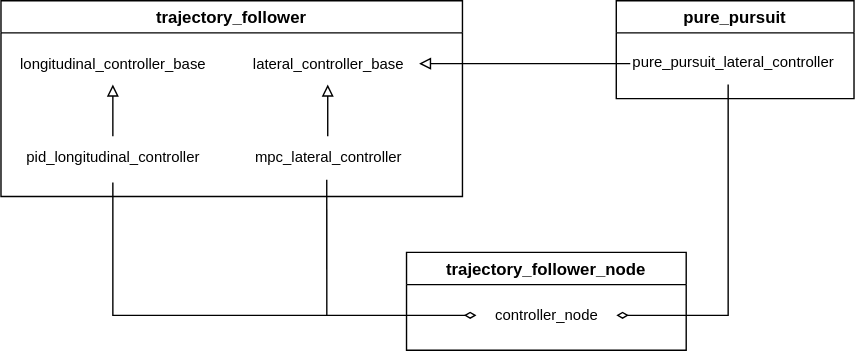
Above: pr-1591/control/trajectory_follower_nodes/design/media/Controller.drawio.svg in leo-drive/avte.autoware_universe (draw.io), before the change. Source tidied: cells renumbered, new cells last; positions are measured from the earlier drawing's top-left corner, leaving out a move shared by most shapes.
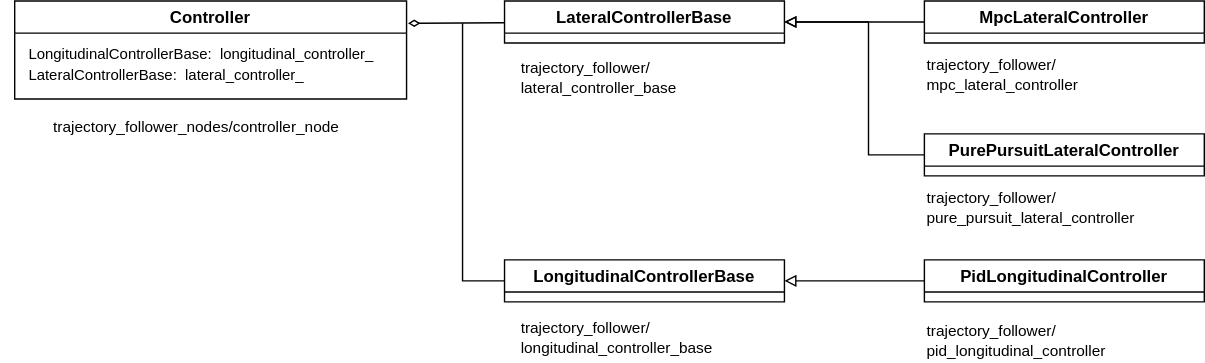
Above is the later version.

Diff of the diagram source:
```diff
@@ -2,65 +2,71 @@
   <root>
     <mxCell id="0" />
     <mxCell id="1" parent="0" />
-    <mxCell id="2" value="trajectory_follower" style="swimlane;" parent="1" vertex="1">
-      <mxGeometry width="330" height="140" as="geometry" />
-    </mxCell>
-    <mxCell id="3" value="&lt;span id=&quot;docs-internal-guid-1ebae1c2-7fff-9c91-3cf0-ec14b8150b9e&quot;&gt;&lt;span style=&quot;font-size: 8pt; font-family: Arial; background-color: transparent; font-variant-numeric: normal; font-variant-east-asian: normal; vertical-align: baseline;&quot;&gt;longitudinal_controller_base&lt;/span&gt;&lt;/span&gt;" style="text;html=1;align=center;verticalAlign=middle;strokeColor=none;fillColor=none;" parent="2" vertex="1">
-      <mxGeometry y="30" width="160" height="30" as="geometry" />
-    </mxCell>
-    <mxCell id="4" value="&lt;span id=&quot;docs-internal-guid-00ff33be-7fff-b455-3c3b-a3eca5122f33&quot;&gt;&lt;span style=&quot;font-size: 8pt; font-family: Arial; background-color: transparent; font-variant-numeric: normal; font-variant-east-asian: normal; vertical-align: baseline;&quot;&gt;lateral_controller_base&lt;/span&gt;&lt;/span&gt;" style="text;html=1;align=center;verticalAlign=middle;points=[];strokeColor=none;fillColor=none;" parent="2" vertex="1">
-      <mxGeometry x="169" y="30" width="130" height="30" as="geometry" />
-    </mxCell>
-    <mxCell id="5" value="&lt;span id=&quot;docs-internal-guid-35852f7f-7fff-ee1c-fbef-c29d922926f8&quot;&gt;&lt;span style=&quot;font-size: 8pt; font-family: Arial; background-color: transparent; font-variant-numeric: normal; font-variant-east-asian: normal; vertical-align: baseline;&quot;&gt;&lt;a href=&quot;../../trajectory_follower/design/trajectory_follower-design.md&quot;&gt;mpc_lateral_controller&lt;/a&gt;&lt;/span&gt;&lt;/span&gt;" style="text;html=1;align=center;verticalAlign=middle;points=[];strokeColor=none;fillColor=none;" parent="2" vertex="1">
-      <mxGeometry x="169" y="97" width="130" height="30" as="geometry" />
-    </mxCell>
-    <mxCell id="6" value="&lt;span id=&quot;docs-internal-guid-66d00d17-7fff-d747-70cb-f724b4ee73b7&quot;&gt;&lt;span style=&quot;font-size: 8pt; font-family: Arial; background-color: transparent; font-variant-numeric: normal; font-variant-east-asian: normal; vertical-align: baseline;&quot;&gt;pid_longitudinal_controller&lt;/span&gt;&lt;/span&gt;" style="text;html=1;align=center;verticalAlign=middle;points=[];strokeColor=none;fillColor=none;" parent="2" vertex="1">
-      <mxGeometry x="5" y="97" width="150" height="30" as="geometry" />
-    </mxCell>
-    <mxCell id="7" style="endArrow=block;html=1;rounded=0;endFill=0;" parent="2" edge="1" source="6">
-      <mxGeometry relative="1" as="geometry">
-        <mxPoint x="80" y="60" as="targetPoint" />
-      </mxGeometry>
-    </mxCell>
-    <mxCell id="8" style="endArrow=block;html=1;rounded=0;endFill=0;" parent="2" edge="1">
-      <mxGeometry relative="1" as="geometry">
-        <mxPoint x="233.7" y="97" as="sourcePoint" />
-        <mxPoint x="233.7" y="60" as="targetPoint" />
-      </mxGeometry>
-    </mxCell>
-    <mxCell id="9" style="endArrow=none;html=1;rounded=0;entryX=0.492;entryY=1.034;entryDx=0;entryDy=0;entryPerimeter=0;" parent="2" edge="1" target="5">
-      <mxGeometry relative="1" as="geometry">
-        <mxPoint x="233" y="225" as="sourcePoint" />
-      </mxGeometry>
-    </mxCell>
-    <mxCell id="10" value="pure_pursuit" style="swimlane;" parent="1" vertex="1">
-      <mxGeometry x="440" width="170" height="70" as="geometry" />
-    </mxCell>
-    <mxCell id="11" value="&lt;meta charset=&quot;utf-8&quot;&gt;&lt;b id=&quot;docs-internal-guid-87098eac-7fff-3e0f-3a41-9c0832fe8ec3&quot; style=&quot;font-weight:normal;&quot;&gt;&lt;span style=&quot;font-size: 8pt; font-family: Arial; color: rgb(0, 0, 0); background-color: transparent; font-weight: 400; font-style: normal; font-variant: normal; text-decoration: none; vertical-align: baseline;&quot;&gt;pure_pursuit_lateral_controller&lt;/span&gt;&lt;/b&gt;" style="text;whiteSpace=wrap;html=1;" parent="10" vertex="1">
-      <mxGeometry x="10" y="30" width="140" height="30" as="geometry" />
-    </mxCell>
-    <mxCell id="12" style="endArrow=block;html=1;rounded=0;endFill=0;exitX=0;exitY=0.5;exitDx=0;exitDy=0;" parent="1" edge="1" source="11" target="4">
-      <mxGeometry relative="1" as="geometry" />
-    </mxCell>
-    <mxCell id="13" value="trajectory_follower_node" style="swimlane;" parent="1" vertex="1">
-      <mxGeometry x="290" y="180" width="200" height="70" as="geometry" />
-    </mxCell>
-    <mxCell id="14" value="&lt;span id=&quot;docs-internal-guid-66d00d17-7fff-d747-70cb-f724b4ee73b7&quot;&gt;&lt;span style=&quot;font-size: 8pt; font-family: Arial; background-color: transparent; font-variant-numeric: normal; font-variant-east-asian: normal; vertical-align: baseline;&quot;&gt;controller_node&lt;/span&gt;&lt;/span&gt;" style="text;html=1;align=center;verticalAlign=middle;points=[];strokeColor=none;fillColor=none;" parent="13" vertex="1">
-      <mxGeometry x="50" y="30" width="100" height="30" as="geometry" />
-    </mxCell>
-    <mxCell id="15" style="endArrow=diamondThin;html=1;rounded=0;endFill=0;exitX=0.5;exitY=1.1;exitDx=0;exitDy=0;exitPerimeter=0;" parent="1" edge="1" source="6" target="14">
-      <mxGeometry relative="1" as="geometry">
-        <Array as="points">
-          <mxPoint x="80" y="225" />
-        </Array>
-      </mxGeometry>
-    </mxCell>
-    <mxCell id="16" style="endArrow=diamondThin;html=1;rounded=0;endFill=0;exitX=0.5;exitY=1;exitDx=0;exitDy=0;" parent="1" edge="1" source="11" target="14">
-      <mxGeometry relative="1" as="geometry">
-        <Array as="points">
-          <mxPoint x="520" y="225" />
-        </Array>
-      </mxGeometry>
-    </mxCell>
+    <mxCell id="17" value="Controller" style="swimlane;" parent="1" vertex="1">
+      <mxGeometry x="-50" y="285" width="280" height="70" as="geometry" />
+    </mxCell>
+    <mxCell id="18" value="&lt;div style=&quot;text-align: left&quot;&gt;&lt;span style=&quot;background-color: transparent ; font-family: &amp;#34;arial&amp;#34; ; font-size: 8pt&quot;&gt;LongitudinalControllerBase:&amp;nbsp; longitudinal_controller_&lt;/span&gt;&lt;/div&gt;&lt;span id=&quot;docs-internal-guid-66d00d17-7fff-d747-70cb-f724b4ee73b7&quot;&gt;&lt;div style=&quot;text-align: left&quot;&gt;&lt;span style=&quot;background-color: transparent ; font-family: &amp;#34;arial&amp;#34; ; font-size: 8pt&quot;&gt;LateralControllerBase:&amp;nbsp; lateral_controller_&lt;/span&gt;&lt;br&gt;&lt;/div&gt;&lt;/span&gt;" style="text;html=1;align=center;verticalAlign=middle;strokeColor=none;fillColor=none;" parent="17" vertex="1">
+      <mxGeometry x="3" y="25" width="260" height="40" as="geometry" />
+    </mxCell>
+    <mxCell id="19" style="edgeStyle=none;rounded=0;html=1;endArrow=none;endFill=0;exitX=0;exitY=0.5;exitDx=0;exitDy=0;" parent="1" edge="1" source="20">
+      <mxGeometry relative="1" as="geometry">
+        <mxPoint x="270" y="301" as="targetPoint" />
+        <Array as="points">
+          <mxPoint x="270" y="485" />
+        </Array>
+      </mxGeometry>
+    </mxCell>
+    <mxCell id="20" value="LongitudinalControllerBase" style="swimlane;" parent="1" vertex="1">
+      <mxGeometry x="300" y="470" width="200" height="30" as="geometry" />
+    </mxCell>
+    <mxCell id="21" style="edgeStyle=orthogonalEdgeStyle;rounded=0;html=1;exitX=0;exitY=0.5;exitDx=0;exitDy=0;entryX=1;entryY=0.5;entryDx=0;entryDy=0;endArrow=block;endFill=0;" parent="1" edge="1" source="22" target="20">
+      <mxGeometry relative="1" as="geometry" />
+    </mxCell>
+    <mxCell id="22" value="PidLongitudinalController" style="swimlane;" parent="1" vertex="1">
+      <mxGeometry x="600" y="470" width="200" height="30" as="geometry" />
+    </mxCell>
+    <mxCell id="23" style="rounded=0;html=1;endArrow=diamondThin;endFill=0;" parent="1" edge="1" source="24">
+      <mxGeometry relative="1" as="geometry">
+        <mxPoint x="231" y="301" as="targetPoint" />
+      </mxGeometry>
+    </mxCell>
+    <mxCell id="24" value="LateralControllerBase" style="swimlane;" parent="1" vertex="1">
+      <mxGeometry x="300" y="285" width="200" height="30" as="geometry" />
+    </mxCell>
+    <mxCell id="25" style="edgeStyle=orthogonalEdgeStyle;rounded=0;html=1;exitX=0;exitY=0.5;exitDx=0;exitDy=0;entryX=1;entryY=0.5;entryDx=0;entryDy=0;endArrow=block;endFill=0;" parent="1" edge="1" source="26" target="24">
+      <mxGeometry relative="1" as="geometry" />
+    </mxCell>
+    <mxCell id="26" value="MpcLateralController" style="swimlane;" parent="1" vertex="1">
+      <mxGeometry x="600" y="285" width="200" height="30" as="geometry" />
+    </mxCell>
+    <mxCell id="27" style="edgeStyle=orthogonalEdgeStyle;rounded=0;html=1;exitX=0;exitY=0.5;exitDx=0;exitDy=0;endArrow=block;endFill=0;entryX=1;entryY=0.5;entryDx=0;entryDy=0;" parent="1" edge="1" source="28" target="24">
+      <mxGeometry relative="1" as="geometry">
+        <Array as="points">
+          <mxPoint x="560" y="395" />
+          <mxPoint x="560" y="300" />
+        </Array>
+      </mxGeometry>
+    </mxCell>
+    <mxCell id="28" value="PurePursuitLateralController" style="swimlane;" parent="1" vertex="1">
+      <mxGeometry x="600" y="380" width="200" height="30" as="geometry" />
+    </mxCell>
+    <mxCell id="29" value="trajectory_follower_nodes/controller_node" style="text;html=1;strokeColor=none;fillColor=none;align=center;verticalAlign=middle;whiteSpace=wrap;rounded=0;fontSize=11;" parent="1" vertex="1">
+      <mxGeometry x="-60" y="360" width="280" height="30" as="geometry" />
+    </mxCell>
+    <mxCell id="30" value="trajectory_follower/&lt;br style=&quot;font-size: 11px&quot;&gt;lateral_controller_base" style="text;html=1;strokeColor=none;fillColor=none;align=left;verticalAlign=middle;whiteSpace=wrap;rounded=0;fontSize=11;" parent="1" vertex="1">
+      <mxGeometry x="310" y="325" width="180" height="30" as="geometry" />
+    </mxCell>
+    <mxCell id="31" value="trajectory_follower/&lt;br style=&quot;font-size: 11px&quot;&gt;longitudinal_controller_base" style="text;html=1;strokeColor=none;fillColor=none;align=left;verticalAlign=middle;whiteSpace=wrap;rounded=0;fontSize=11;" parent="1" vertex="1">
+      <mxGeometry x="310" y="511" width="180" height="30" as="geometry" />
+    </mxCell>
+    <mxCell id="32" value="trajectory_follower/&lt;br style=&quot;font-size: 11px&quot;&gt;mpc_lateral_controller" style="text;html=1;strokeColor=none;fillColor=none;align=left;verticalAlign=middle;whiteSpace=wrap;rounded=0;fontSize=11;" parent="1" vertex="1">
+      <mxGeometry x="600" y="323" width="180" height="30" as="geometry" />
+    </mxCell>
+    <mxCell id="33" value="trajectory_follower/&lt;br style=&quot;font-size: 11px&quot;&gt;pure_pursuit_lateral_controller" style="text;html=1;strokeColor=none;fillColor=none;align=left;verticalAlign=middle;whiteSpace=wrap;rounded=0;fontSize=11;" parent="1" vertex="1">
+      <mxGeometry x="600" y="418" width="180" height="30" as="geometry" />
+    </mxCell>
+    <mxCell id="34" value="trajectory_follower/&lt;br style=&quot;font-size: 11px&quot;&gt;pid_longitudinal_controller" style="text;html=1;strokeColor=none;fillColor=none;align=left;verticalAlign=middle;whiteSpace=wrap;rounded=0;fontSize=11;" parent="1" vertex="1">
+      <mxGeometry x="600" y="513" width="180" height="30" as="geometry" />
+    </mxCell>
   </root>
 </mxGraphModel>
```
